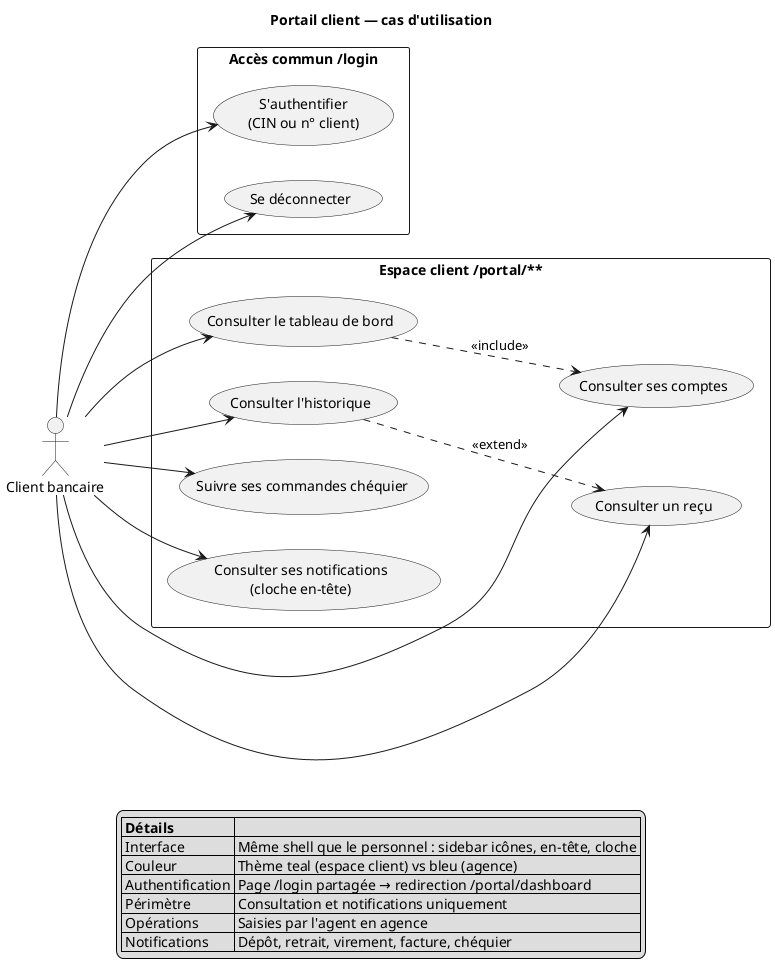
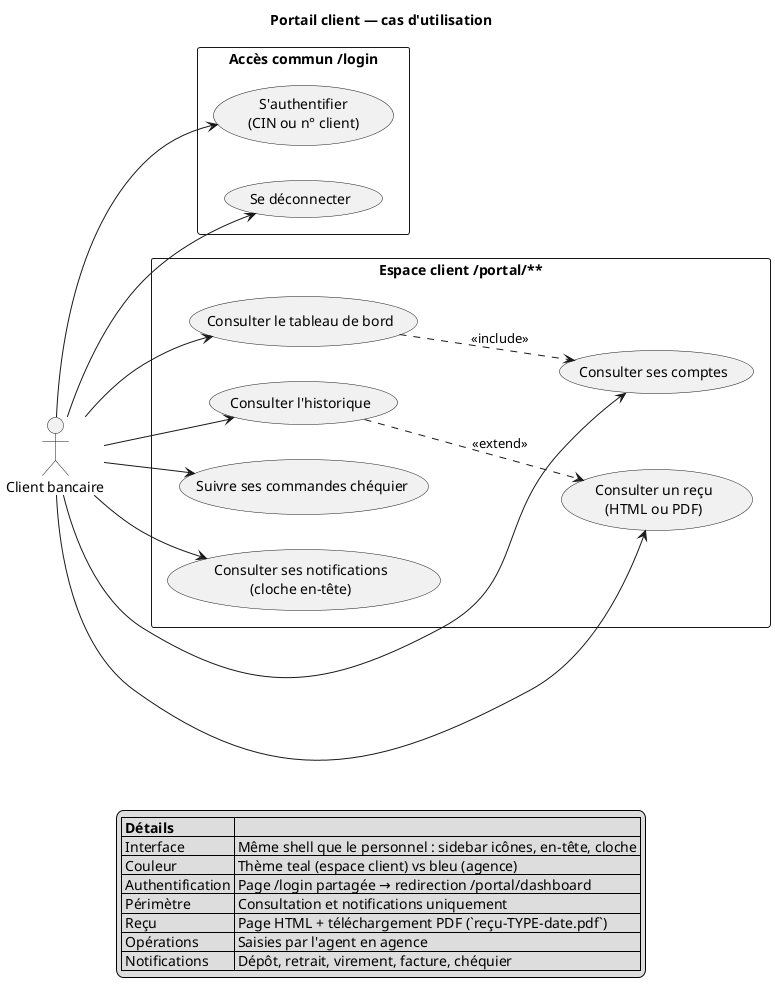
@startuml 03-portail-client
left to right direction
skinparam shadowing false
skinparam packageStyle rectangle

title Portail client — cas d'utilisation

actor "Client bancaire" as client

rectangle "Accès commun /login" {
  usecase "S'authentifier\n(CIN ou n° client)" as UC_LOGIN
  usecase "Se déconnecter" as UC_LOGOUT
}

rectangle "Espace client /portal/**" {
  usecase "Consulter le tableau de bord" as UC_DASH
  usecase "Consulter ses comptes" as UC_ACCOUNTS
  usecase "Consulter l'historique" as UC_HISTORY
-   usecase "Consulter un reçu" as UC_RECEIPT
+   usecase "Consulter un reçu\n(HTML ou PDF)" as UC_RECEIPT
  usecase "Suivre ses commandes chéquier" as UC_CHQ
  usecase "Consulter ses notifications\n(cloche en-tête)" as UC_NOTIF
}

client --> UC_LOGIN
client --> UC_LOGOUT
client --> UC_DASH
client --> UC_ACCOUNTS
client --> UC_HISTORY
client --> UC_RECEIPT
client --> UC_CHQ
client --> UC_NOTIF

UC_DASH ..> UC_ACCOUNTS : <<include>>
UC_HISTORY ..> UC_RECEIPT : <<extend>>

legend bottom
  |= Détails |= |
  | Interface | Même shell que le personnel : sidebar icônes, en-tête, cloche |
  | Couleur | Thème teal (espace client) vs bleu (agence) |
  | Authentification | Page /login partagée → redirection /portal/dashboard |
  | Périmètre | Consultation et notifications uniquement |
+   | Reçu | Page HTML + téléchargement PDF (`reçu-TYPE-date.pdf`) |
  | Opérations | Saisies par l'agent en agence |
  | Notifications | Dépôt, retrait, virement, facture, chéquier |
endlegend

@enduml
